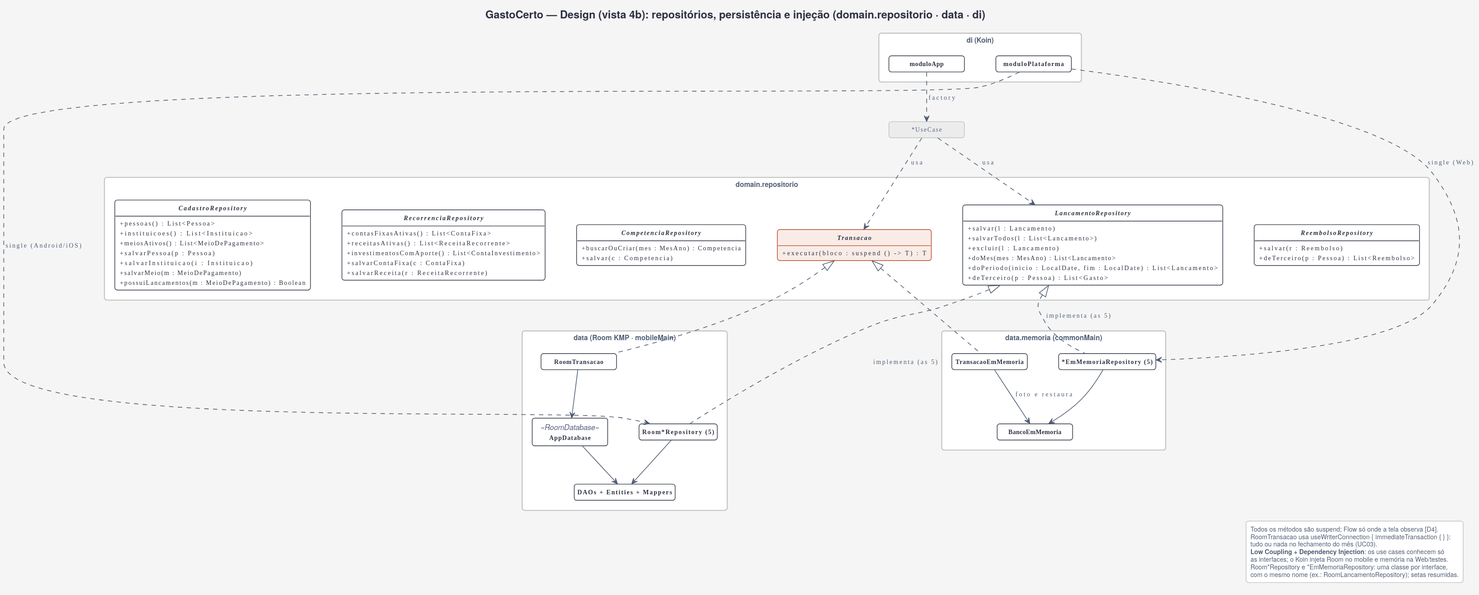
Above: docs/uml/design-4b-persistencia.svg in gabrielfbarbosa/gasto-certo (PlantUML), before the change.
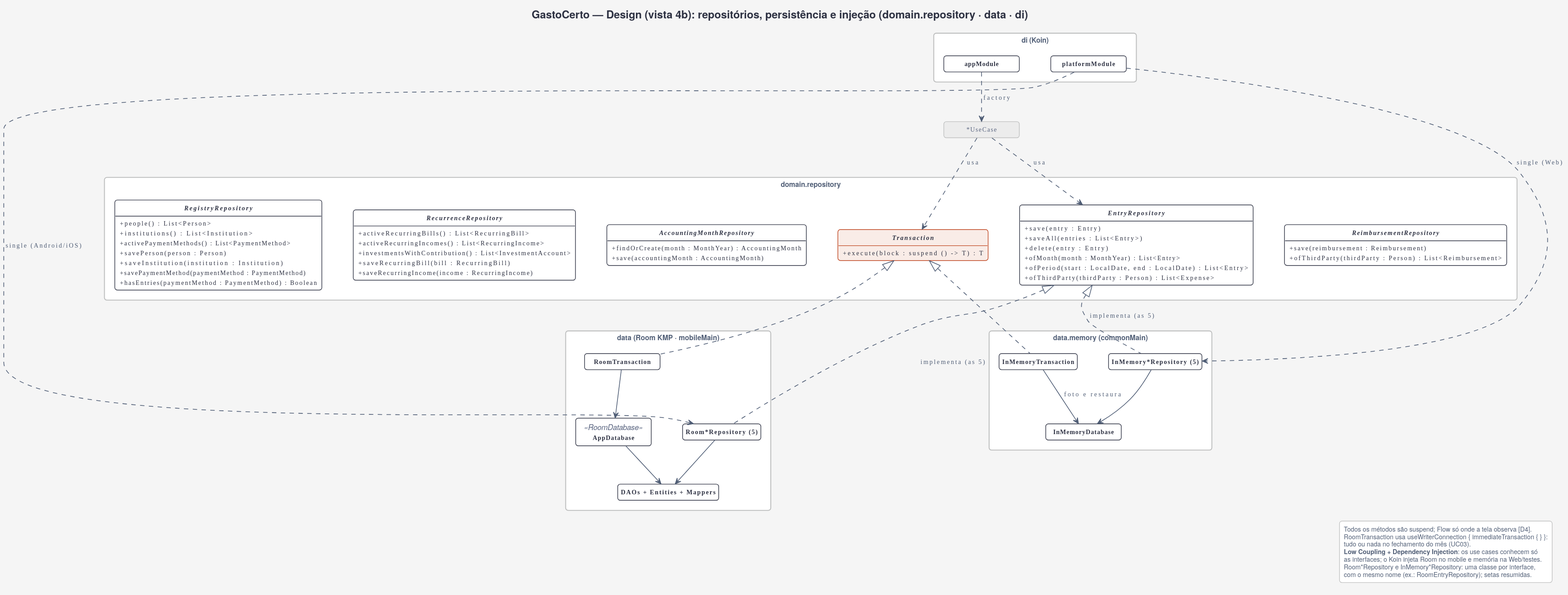
Above is the later version.

The edit, as a diff of the source:
```diff
@@ -6,87 +6,87 @@
 hide <<ref>> stereotype
 hide <<foco>> stereotype
 set separator none
-title GastoCerto — Design (vista 4b): repositórios, persistência e injeção (domain.repositorio · data · di)
+title GastoCerto — Design (vista 4b): repositórios, persistência e injeção (domain.repository · data · di)
 
-package "domain.repositorio" {
-  interface LancamentoRepository {
-    + salvar(l : Lancamento)
-    + salvarTodos(l : List<Lancamento>)
-    + excluir(l : Lancamento)
-    + doMes(mes : MesAno) : List<Lancamento>
-    + doPeriodo(inicio : LocalDate, fim : LocalDate) : List<Lancamento>
-    + deTerceiro(p : Pessoa) : List<Gasto>
+package "domain.repository" {
+  interface EntryRepository {
+    + save(entry : Entry)
+    + saveAll(entries : List<Entry>)
+    + delete(entry : Entry)
+    + ofMonth(month : MonthYear) : List<Entry>
+    + ofPeriod(start : LocalDate, end : LocalDate) : List<Entry>
+    + ofThirdParty(thirdParty : Person) : List<Expense>
   }
-  interface CompetenciaRepository {
-    + buscarOuCriar(mes : MesAno) : Competencia
-    + salvar(c : Competencia)
+  interface AccountingMonthRepository {
+    + findOrCreate(month : MonthYear) : AccountingMonth
+    + save(accountingMonth : AccountingMonth)
   }
-  interface CadastroRepository {
-    + pessoas() : List<Pessoa>
-    + instituicoes() : List<Instituicao>
-    + meiosAtivos() : List<MeioDePagamento>
-    + salvarPessoa(p : Pessoa)
-    + salvarInstituicao(i : Instituicao)
-    + salvarMeio(m : MeioDePagamento)
-    + possuiLancamentos(m : MeioDePagamento) : Boolean
+  interface RegistryRepository {
+    + people() : List<Person>
+    + institutions() : List<Institution>
+    + activePaymentMethods() : List<PaymentMethod>
+    + savePerson(person : Person)
+    + saveInstitution(institution : Institution)
+    + savePaymentMethod(paymentMethod : PaymentMethod)
+    + hasEntries(paymentMethod : PaymentMethod) : Boolean
   }
-  interface RecorrenciaRepository {
-    + contasFixasAtivas() : List<ContaFixa>
-    + receitasAtivas() : List<ReceitaRecorrente>
-    + investimentosComAporte() : List<ContaInvestimento>
-    + salvarContaFixa(c : ContaFixa)
-    + salvarReceita(r : ReceitaRecorrente)
+  interface RecurrenceRepository {
+    + activeRecurringBills() : List<RecurringBill>
+    + activeRecurringIncomes() : List<RecurringIncome>
+    + investmentsWithContribution() : List<InvestmentAccount>
+    + saveRecurringBill(bill : RecurringBill)
+    + saveRecurringIncome(income : RecurringIncome)
   }
-  interface ReembolsoRepository {
-    + salvar(r : Reembolso)
-    + deTerceiro(p : Pessoa) : List<Reembolso>
+  interface ReimbursementRepository {
+    + save(reimbursement : Reimbursement)
+    + ofThirdParty(thirdParty : Person) : List<Reimbursement>
   }
-  interface Transacao <<foco>> {
-    + executar(bloco : suspend () -> T) : T
+  interface Transaction <<foco>> {
+    + execute(block : suspend () -> T) : T
   }
 }
 package "data (Room KMP · mobileMain)" {
   class AppDatabase <<RoomDatabase>>
   class "Room*Repository (5)" as RoomRepos
-  class RoomTransacao
+  class RoomTransaction
   class "DAOs + Entities + Mappers" as Daos
 }
-package "data.memoria (commonMain)" {
-  class "*EmMemoriaRepository (5)" as MemRepos
-  class TransacaoEmMemoria
-  class BancoEmMemoria
+package "data.memory (commonMain)" {
+  class "InMemory*Repository (5)" as MemRepos
+  class InMemoryTransaction
+  class InMemoryDatabase
 }
 package "di (Koin)" {
-  class moduloApp
-  class moduloPlataforma
+  class appModule
+  class platformModule
 }
 class "*UseCase" as UseCases <<ref>>
 
-UseCases .down.> LancamentoRepository : usa
-UseCases .down.> Transacao : usa
-moduloApp .down.> UseCases : factory
-moduloPlataforma .down.> RoomRepos : single (Android/iOS)
-moduloPlataforma .down.> MemRepos : single (Web)
-RoomRepos .up.|> LancamentoRepository : implementa (as 5)
-RoomTransacao .up.|> Transacao
-MemRepos .up.|> LancamentoRepository : implementa (as 5)
-TransacaoEmMemoria .up.|> Transacao
-MemRepos --> BancoEmMemoria
-TransacaoEmMemoria --> BancoEmMemoria : foto e restaura
+UseCases .down.> EntryRepository : usa
+UseCases .down.> Transaction : usa
+appModule .down.> UseCases : factory
+platformModule .down.> RoomRepos : single (Android/iOS)
+platformModule .down.> MemRepos : single (Web)
+RoomRepos .up.|> EntryRepository : implementa (as 5)
+RoomTransaction .up.|> Transaction
+MemRepos .up.|> EntryRepository : implementa (as 5)
+InMemoryTransaction .up.|> Transaction
+MemRepos --> InMemoryDatabase
+InMemoryTransaction --> InMemoryDatabase : foto e restaura
 RoomRepos --> Daos
-RoomTransacao --> AppDatabase
+RoomTransaction --> AppDatabase
 AppDatabase --> Daos
-LancamentoRepository -[hidden]down- MemRepos
-CompetenciaRepository -[hidden]down- RoomRepos
-CadastroRepository -[hidden]right- RecorrenciaRepository
+EntryRepository -[hidden]down- MemRepos
+AccountingMonthRepository -[hidden]down- RoomRepos
+RegistryRepository -[hidden]right- RecurrenceRepository
 
 legend right
   Todos os métodos são suspend; Flow só onde a tela observa [D4].
-  RoomTransacao usa useWriterConnection { immediateTransaction { } }:
+  RoomTransaction usa useWriterConnection { immediateTransaction { } }:
   tudo ou nada no fechamento do mês (UC03).
   <b>Low Coupling + Dependency Injection</b>: os use cases conhecem só
   as interfaces; o Koin injeta Room no mobile e memória na Web/testes.
-  Room*Repository e *EmMemoriaRepository: uma classe por interface,
-  com o mesmo nome (ex.: RoomLancamentoRepository); setas resumidas.
+  Room*Repository e InMemory*Repository: uma classe por interface,
+  com o mesmo nome (ex.: RoomEntryRepository); setas resumidas.
 endlegend
 @enduml
```
